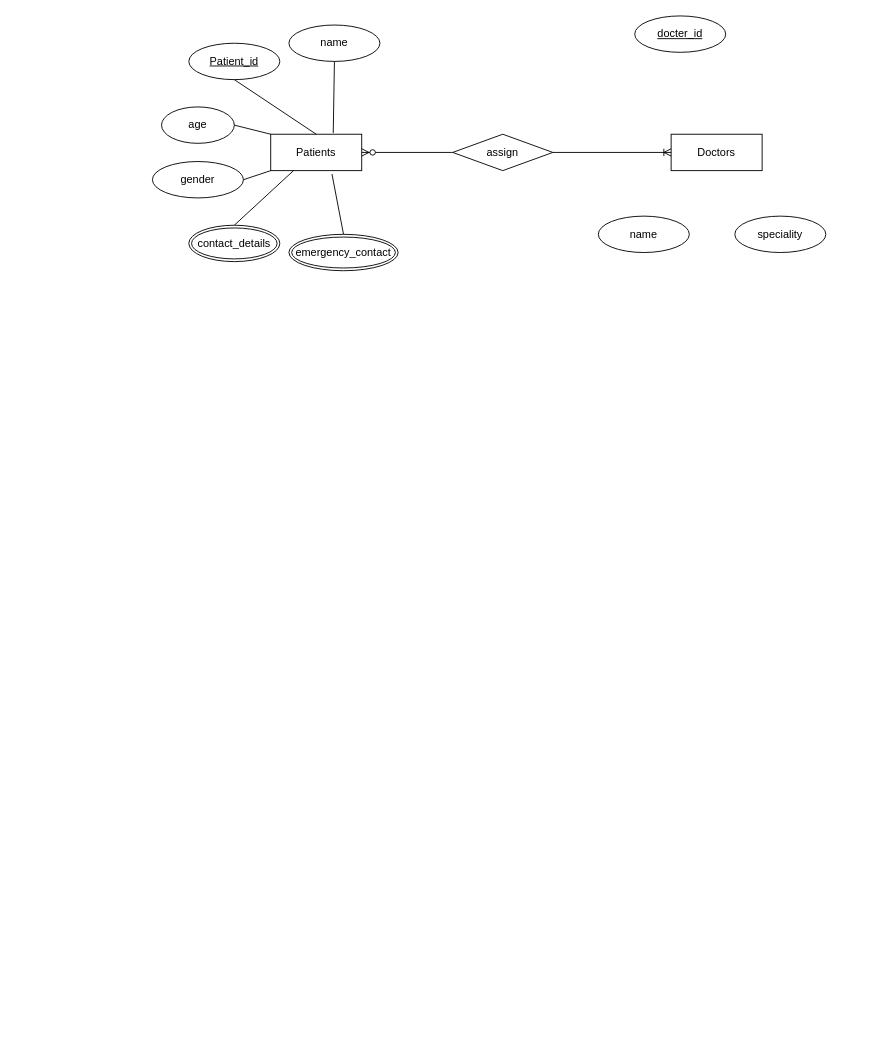
The draw.io diagram page "Page-1" (1 of 2) of Untitled Diagram.drawio in Dineshi260/JavaFX-FinalCourseWork, before the edit. Source tidied: cells renumbered, new cells numbered last; positions are measured from the earlier drawing's top-left corner, leaving out a move shared by most shapes. Both pictures are drawn from the tidied source at 91%, with x=0, y=0 at pixel (152, 15).
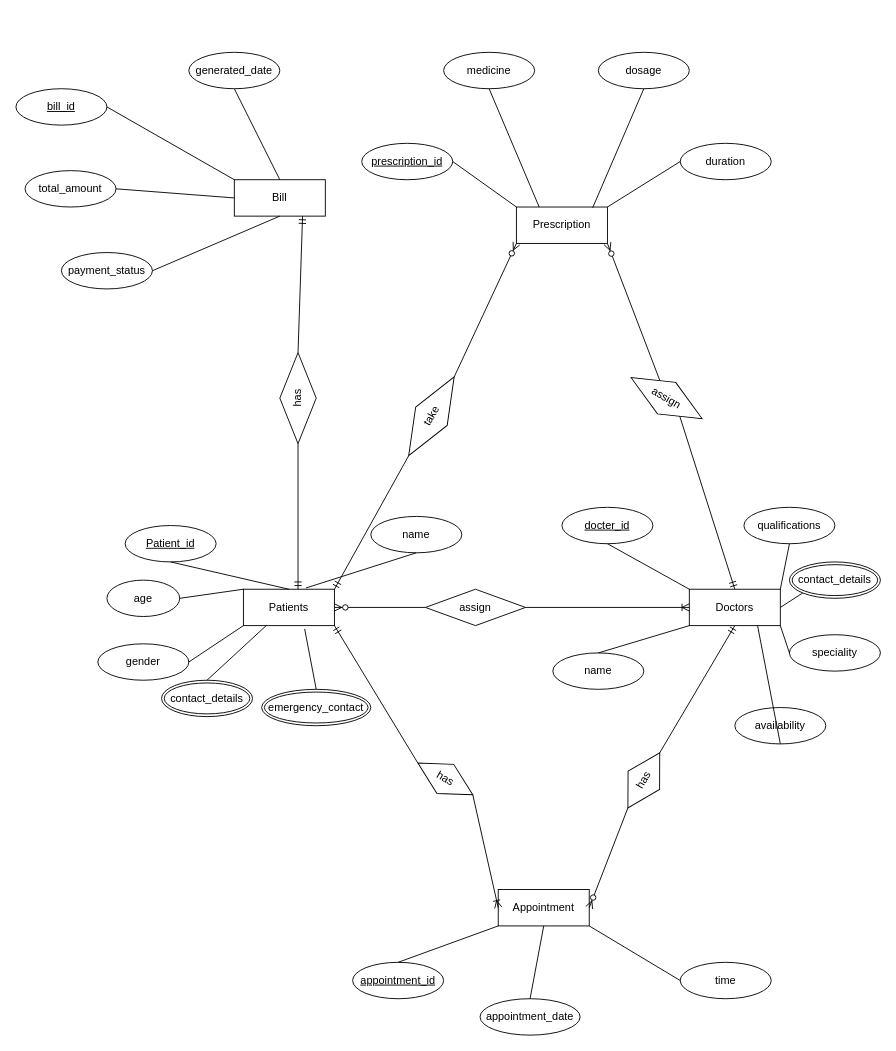
The same page after the edit.

Diff of the diagram source:
```diff
@@
     <mxCell id="2" value="Patients" style="whiteSpace=wrap;html=1;align=center;" parent="1" vertex="1">
-      <mxGeometry x="130" y="130" width="100" height="40" as="geometry" />
+      <mxGeometry x="100" y="630" width="100" height="40" as="geometry" />
     </mxCell>
     <mxCell id="3" value="Doctors" style="whiteSpace=wrap;html=1;align=center;" parent="1" vertex="1">
-      <mxGeometry x="570" y="130" width="100" height="40" as="geometry" />
+      <mxGeometry x="590" y="630" width="100" height="40" as="geometry" />
     </mxCell>
     <mxCell id="4" value="assign" style="shape=rhombus;perimeter=rhombusPerimeter;whiteSpace=wrap;html=1;align=center;" parent="1" vertex="1">
-      <mxGeometry x="330" y="130" width="110" height="40" as="geometry" />
+      <mxGeometry x="300" y="630" width="110" height="40" as="geometry" />
     </mxCell>
     <mxCell id="5" value="name" style="ellipse;whiteSpace=wrap;html=1;align=center;" parent="1" vertex="1">
-      <mxGeometry x="150" y="10" width="100" height="40" as="geometry" />
+      <mxGeometry x="240" y="550" width="100" height="40" as="geometry" />
     </mxCell>
     <mxCell id="6" value="age" style="ellipse;whiteSpace=wrap;html=1;align=center;" parent="1" vertex="1">
-      <mxGeometry x="10" y="100" width="80" height="40" as="geometry" />
+      <mxGeometry x="-50" y="620" width="80" height="40" as="geometry" />
     </mxCell>
     <mxCell id="7" value="gender" style="ellipse;whiteSpace=wrap;html=1;align=center;" parent="1" vertex="1">
-      <mxGeometry y="160" width="100" height="40" as="geometry" />
+      <mxGeometry x="-60" y="690" width="100" height="40" as="geometry" />
     </mxCell>
     <mxCell id="8" value="contact_details" style="ellipse;shape=doubleEllipse;margin=3;whiteSpace=wrap;html=1;align=center;" parent="1" vertex="1">
-      <mxGeometry x="40" y="230" width="100" height="40" as="geometry" />
+      <mxGeometry x="10" y="730" width="100" height="40" as="geometry" />
     </mxCell>
     <mxCell id="9" value="emergency_contact" style="ellipse;shape=doubleEllipse;margin=3;whiteSpace=wrap;html=1;align=center;" parent="1" vertex="1">
-      <mxGeometry x="150" y="240" width="120" height="40" as="geometry" />
+      <mxGeometry x="120" y="740" width="120" height="40" as="geometry" />
     </mxCell>
     <mxCell id="10" value="Patient_id" style="ellipse;whiteSpace=wrap;html=1;align=center;fontStyle=4;" parent="1" vertex="1">
-      <mxGeometry x="40" y="30" width="100" height="40" as="geometry" />
+      <mxGeometry x="-30" y="560" width="100" height="40" as="geometry" />
     </mxCell>
@@
     <mxCell id="19" value="docter_id" style="ellipse;whiteSpace=wrap;html=1;align=center;fontStyle=4;" parent="1" vertex="1">
-      <mxGeometry x="530" width="100" height="40" as="geometry" />
+      <mxGeometry x="450" y="540" width="100" height="40" as="geometry" />
     </mxCell>
     <mxCell id="20" value="name" style="ellipse;whiteSpace=wrap;html=1;align=center;" parent="1" vertex="1">
-      <mxGeometry x="490" y="220" width="100" height="40" as="geometry" />
+      <mxGeometry x="440" y="700" width="100" height="40" as="geometry" />
     </mxCell>
     <mxCell id="21" value="speciality" style="ellipse;whiteSpace=wrap;html=1;align=center;" parent="1" vertex="1">
-      <mxGeometry x="640" y="220" width="100" height="40" as="geometry" />
+      <mxGeometry x="700" y="680" width="100" height="40" as="geometry" />
     </mxCell>
+    <mxCell id="22" value="availability" style="ellipse;whiteSpace=wrap;html=1;align=center;" parent="1" vertex="1">
+      <mxGeometry x="640" y="760" width="100" height="40" as="geometry" />
+    </mxCell>
+    <mxCell id="23" value="qualifications" style="ellipse;whiteSpace=wrap;html=1;align=center;" parent="1" vertex="1">
+      <mxGeometry x="650" y="540" width="100" height="40" as="geometry" />
+    </mxCell>
+    <mxCell id="24" value="contact_details" style="ellipse;shape=doubleEllipse;margin=3;whiteSpace=wrap;html=1;align=center;" parent="1" vertex="1">
+      <mxGeometry x="700" y="600" width="100" height="40" as="geometry" />
+    </mxCell>
+    <mxCell id="25" style="endArrow=none;html=1;rounded=0;exitX=0.5;exitY=1;exitDx=0;exitDy=0;entryX=0;entryY=0;entryDx=0;entryDy=0;" parent="1" edge="1" source="19" target="3">
+      <mxGeometry relative="1" as="geometry" />
+    </mxCell>
+    <mxCell id="26" style="endArrow=none;html=1;rounded=0;exitX=0.5;exitY=1;exitDx=0;exitDy=0;entryX=0.75;entryY=1;entryDx=0;entryDy=0;" parent="1" edge="1" source="22" target="3">
+      <mxGeometry relative="1" as="geometry" />
+    </mxCell>
+    <mxCell id="27" style="endArrow=none;html=1;rounded=0;entryX=0.5;entryY=1;entryDx=0;entryDy=0;exitX=1;exitY=0;exitDx=0;exitDy=0;" parent="1" edge="1" source="3" target="23">
+      <mxGeometry relative="1" as="geometry" />
+    </mxCell>
+    <mxCell id="28" style="endArrow=none;html=1;rounded=0;entryX=0;entryY=1;entryDx=0;entryDy=0;exitX=1;exitY=0.5;exitDx=0;exitDy=0;" parent="1" edge="1" source="3" target="24">
+      <mxGeometry relative="1" as="geometry" />
+    </mxCell>
+    <mxCell id="29" style="endArrow=none;html=1;rounded=0;entryX=0;entryY=0.5;entryDx=0;entryDy=0;exitX=1;exitY=1;exitDx=0;exitDy=0;" parent="1" edge="1" source="3" target="21">
+      <mxGeometry relative="1" as="geometry" />
+    </mxCell>
+    <mxCell id="30" style="endArrow=none;html=1;rounded=0;exitX=0.5;exitY=0;exitDx=0;exitDy=0;entryX=0;entryY=1;entryDx=0;entryDy=0;" parent="1" edge="1" source="20" target="3">
+      <mxGeometry relative="1" as="geometry" />
+    </mxCell>
+    <mxCell id="31" value="Appointment" style="whiteSpace=wrap;html=1;align=center;rotation=0;" parent="1" vertex="1">
+      <mxGeometry x="380" y="960" width="100" height="40" as="geometry" />
+    </mxCell>
+    <mxCell id="32" value="has" style="shape=rhombus;perimeter=rhombusPerimeter;whiteSpace=wrap;html=1;align=center;direction=west;rotation=30;" parent="1" vertex="1">
+      <mxGeometry x="287" y="820" width="69.7" height="36.9" as="geometry" />
+    </mxCell>
+    <mxCell id="33" value="has" style="shape=rhombus;perimeter=rhombusPerimeter;whiteSpace=wrap;html=1;align=center;rotation=-60;" parent="1" vertex="1">
+      <mxGeometry x="505" y="820" width="70" height="40" as="geometry" />
+    </mxCell>
+    <mxCell id="34" style="fontSize=12;html=1;endArrow=ERmandOne;rounded=0;entryX=1;entryY=1;entryDx=0;entryDy=0;exitX=1;exitY=0.5;exitDx=0;exitDy=0;" parent="1" edge="1" source="32" target="2">
+      <mxGeometry relative="1" as="geometry" />
+    </mxCell>
+    <mxCell id="35" style="fontSize=12;html=1;endArrow=ERoneToMany;rounded=0;entryX=0;entryY=0.5;entryDx=0;entryDy=0;exitX=0;exitY=0.5;exitDx=0;exitDy=0;" parent="1" edge="1" source="32" target="31">
+      <mxGeometry relative="1" as="geometry" />
+    </mxCell>
+    <mxCell id="36" style="fontSize=12;html=1;endArrow=ERmandOne;rounded=0;entryX=0.5;entryY=1;entryDx=0;entryDy=0;exitX=1;exitY=0.5;exitDx=0;exitDy=0;" parent="1" edge="1" source="33" target="3">
+      <mxGeometry relative="1" as="geometry" />
+    </mxCell>
+    <mxCell id="37" style="fontSize=12;html=1;endArrow=ERzeroToMany;endFill=1;rounded=0;entryX=1;entryY=0.5;entryDx=0;entryDy=0;exitX=0;exitY=0.5;exitDx=0;exitDy=0;" parent="1" edge="1" source="33" target="31">
+      <mxGeometry relative="1" as="geometry" />
+    </mxCell>
+    <mxCell id="38" value="appointment_id" style="ellipse;whiteSpace=wrap;html=1;align=center;fontStyle=4;" parent="1" vertex="1">
+      <mxGeometry x="220" y="1040" width="100" height="40" as="geometry" />
+    </mxCell>
+    <mxCell id="39" value="appointment_date" style="ellipse;whiteSpace=wrap;html=1;align=center;" parent="1" vertex="1">
+      <mxGeometry x="360" y="1080" width="110" height="40" as="geometry" />
+    </mxCell>
+    <mxCell id="40" value="time" style="ellipse;whiteSpace=wrap;html=1;align=center;" parent="1" vertex="1">
+      <mxGeometry x="580" y="1040" width="100" height="40" as="geometry" />
+    </mxCell>
+    <mxCell id="41" style="endArrow=none;html=1;rounded=0;entryX=0;entryY=1;entryDx=0;entryDy=0;exitX=0.5;exitY=0;exitDx=0;exitDy=0;" parent="1" edge="1" source="38" target="31">
+      <mxGeometry relative="1" as="geometry" />
+    </mxCell>
+    <mxCell id="42" style="endArrow=none;html=1;rounded=0;entryX=0.5;entryY=1;entryDx=0;entryDy=0;exitX=0.5;exitY=0;exitDx=0;exitDy=0;" parent="1" edge="1" source="39" target="31">
+      <mxGeometry relative="1" as="geometry" />
+    </mxCell>
+    <mxCell id="43" style="endArrow=none;html=1;rounded=0;entryX=0;entryY=0.5;entryDx=0;entryDy=0;exitX=1;exitY=1;exitDx=0;exitDy=0;" parent="1" edge="1" source="31" target="40">
+      <mxGeometry relative="1" as="geometry" />
+    </mxCell>
+    <mxCell id="44" value="Prescription" style="whiteSpace=wrap;html=1;align=center;rotation=0;" parent="1" vertex="1">
+      <mxGeometry x="400" y="210" width="100" height="40" as="geometry" />
+    </mxCell>
+    <mxCell id="45" value="take" style="shape=rhombus;perimeter=rhombusPerimeter;whiteSpace=wrap;html=1;align=center;rotation=-60;" parent="1" vertex="1">
+      <mxGeometry x="256.6" y="420" width="100" height="40" as="geometry" />
+    </mxCell>
+    <mxCell id="46" value="assign" style="shape=rhombus;perimeter=rhombusPerimeter;whiteSpace=wrap;html=1;align=center;rotation=30;" parent="1" vertex="1">
+      <mxGeometry x="520" y="400" width="90" height="40" as="geometry" />
+    </mxCell>
+    <mxCell id="47" style="fontSize=12;html=1;endArrow=ERzeroToMany;endFill=1;rounded=0;entryX=0;entryY=1;entryDx=0;entryDy=0;exitX=1;exitY=0.5;exitDx=0;exitDy=0;" parent="1" edge="1" source="45" target="44">
+      <mxGeometry relative="1" as="geometry" />
+    </mxCell>
+    <mxCell id="48" style="fontSize=12;html=1;endArrow=ERmandOne;rounded=0;entryX=1;entryY=0;entryDx=0;entryDy=0;exitX=0;exitY=0.5;exitDx=0;exitDy=0;" parent="1" edge="1" source="45" target="2">
+      <mxGeometry relative="1" as="geometry" />
+    </mxCell>
+    <mxCell id="49" style="fontSize=12;html=1;endArrow=ERmandOne;rounded=0;entryX=0.5;entryY=0;entryDx=0;entryDy=0;exitX=1;exitY=1;exitDx=0;exitDy=0;" parent="1" edge="1" source="46" target="3">
+      <mxGeometry relative="1" as="geometry" />
+    </mxCell>
+    <mxCell id="50" style="fontSize=12;html=1;endArrow=ERzeroToMany;endFill=1;rounded=0;entryX=1;entryY=1;entryDx=0;entryDy=0;" parent="1" edge="1" source="46" target="44">
+      <mxGeometry relative="1" as="geometry" />
+    </mxCell>
+    <mxCell id="51" value="prescription_id" style="ellipse;whiteSpace=wrap;html=1;align=center;fontStyle=4;" parent="1" vertex="1">
+      <mxGeometry x="230" y="140" width="100" height="40" as="geometry" />
+    </mxCell>
+    <mxCell id="52" value="medicine" style="ellipse;whiteSpace=wrap;html=1;align=center;" parent="1" vertex="1">
+      <mxGeometry x="320" y="40" width="100" height="40" as="geometry" />
+    </mxCell>
+    <mxCell id="53" value="dosage" style="ellipse;whiteSpace=wrap;html=1;align=center;" parent="1" vertex="1">
+      <mxGeometry x="490" y="40" width="100" height="40" as="geometry" />
+    </mxCell>
+    <mxCell id="54" style="edgeStyle=orthogonalEdgeStyle;rounded=0;jettySize=auto;html=1;exitX=0.5;exitY=1;exitDx=0;exitDy=0;" parent="1" edge="1" source="55">
+      <mxGeometry relative="1" as="geometry">
+        <mxPoint x="630" y="180" as="targetPoint" />
+      </mxGeometry>
+    </mxCell>
+    <mxCell id="55" value="duration" style="ellipse;whiteSpace=wrap;html=1;align=center;" parent="1" vertex="1">
+      <mxGeometry x="580" y="140" width="100" height="40" as="geometry" />
+    </mxCell>
+    <mxCell id="56" style="endArrow=none;html=1;rounded=0;exitX=1;exitY=0.5;exitDx=0;exitDy=0;entryX=0;entryY=0;entryDx=0;entryDy=0;" parent="1" edge="1" source="51" target="44">
+      <mxGeometry relative="1" as="geometry" />
+    </mxCell>
+    <mxCell id="57" style="endArrow=none;html=1;rounded=0;exitX=0.5;exitY=1;exitDx=0;exitDy=0;entryX=0.25;entryY=0;entryDx=0;entryDy=0;" parent="1" edge="1" source="52" target="44">
+      <mxGeometry relative="1" as="geometry" />
+    </mxCell>
+    <mxCell id="58" style="endArrow=none;html=1;rounded=0;entryX=0.5;entryY=1;entryDx=0;entryDy=0;exitX=0.838;exitY=0.02;exitDx=0;exitDy=0;exitPerimeter=0;" parent="1" edge="1" source="44" target="53">
+      <mxGeometry relative="1" as="geometry" />
+    </mxCell>
+    <mxCell id="59" style="endArrow=none;html=1;rounded=0;entryX=0;entryY=0.5;entryDx=0;entryDy=0;exitX=1;exitY=0;exitDx=0;exitDy=0;" parent="1" edge="1" source="44" target="55">
+      <mxGeometry relative="1" as="geometry" />
+    </mxCell>
+    <mxCell id="60" value="has" style="shape=rhombus;perimeter=rhombusPerimeter;whiteSpace=wrap;html=1;align=center;rotation=-90;" parent="1" vertex="1">
+      <mxGeometry x="110" y="400" width="100" height="40" as="geometry" />
+    </mxCell>
+    <mxCell id="61" value="Bill" style="whiteSpace=wrap;html=1;align=center;" parent="1" vertex="1">
+      <mxGeometry x="90" y="180" width="100" height="40" as="geometry" />
+    </mxCell>
+    <mxCell id="62" value="bill_id" style="ellipse;whiteSpace=wrap;html=1;align=center;fontStyle=4;" parent="1" vertex="1">
+      <mxGeometry x="-150" y="80" width="100" height="40" as="geometry" />
+    </mxCell>
+    <mxCell id="63" value="total_amount" style="ellipse;whiteSpace=wrap;html=1;align=center;" parent="1" vertex="1">
+      <mxGeometry x="-140" y="170" width="100" height="40" as="geometry" />
+    </mxCell>
+    <mxCell id="64" value="payment_status" style="ellipse;whiteSpace=wrap;html=1;align=center;" parent="1" vertex="1">
+      <mxGeometry x="-100" y="260" width="100" height="40" as="geometry" />
+    </mxCell>
+    <mxCell id="65" value="generated_date" style="ellipse;whiteSpace=wrap;html=1;align=center;" parent="1" vertex="1">
+      <mxGeometry x="40" y="40" width="100" height="40" as="geometry" />
+    </mxCell>
+    <mxCell id="66" style="endArrow=none;html=1;rounded=0;exitX=0.5;exitY=1;exitDx=0;exitDy=0;entryX=0.5;entryY=0;entryDx=0;entryDy=0;" parent="1" edge="1" source="65" target="61">
+      <mxGeometry relative="1" as="geometry" />
+    </mxCell>
+    <mxCell id="67" style="endArrow=none;html=1;rounded=0;exitX=1;exitY=0.5;exitDx=0;exitDy=0;entryX=0;entryY=0;entryDx=0;entryDy=0;" parent="1" edge="1" source="62" target="61">
+      <mxGeometry relative="1" as="geometry" />
+    </mxCell>
+    <mxCell id="68" style="endArrow=none;html=1;rounded=0;exitX=1;exitY=0.5;exitDx=0;exitDy=0;entryX=0;entryY=0.5;entryDx=0;entryDy=0;" parent="1" edge="1" source="63" target="61">
+      <mxGeometry relative="1" as="geometry" />
+    </mxCell>
+    <mxCell id="69" style="endArrow=none;html=1;rounded=0;exitX=1;exitY=0.5;exitDx=0;exitDy=0;entryX=0.5;entryY=1;entryDx=0;entryDy=0;" parent="1" edge="1" source="64" target="61">
+      <mxGeometry relative="1" as="geometry" />
+    </mxCell>
+    <mxCell id="70" style="fontSize=12;html=1;endArrow=ERmandOne;rounded=0;entryX=0.75;entryY=1;entryDx=0;entryDy=0;exitX=1;exitY=0.5;exitDx=0;exitDy=0;" parent="1" edge="1" source="60" target="61">
+      <mxGeometry relative="1" as="geometry">
+        <Array as="points">
+          <mxPoint x="165" y="220" />
+        </Array>
+      </mxGeometry>
+    </mxCell>
+    <mxCell id="71" style="fontSize=12;html=1;endArrow=ERmandOne;rounded=0;entryX=0.6;entryY=0;entryDx=0;entryDy=0;entryPerimeter=0;exitX=0;exitY=0.5;exitDx=0;exitDy=0;" parent="1" edge="1" source="60" target="2">
+      <mxGeometry relative="1" as="geometry" />
+    </mxCell>
```
